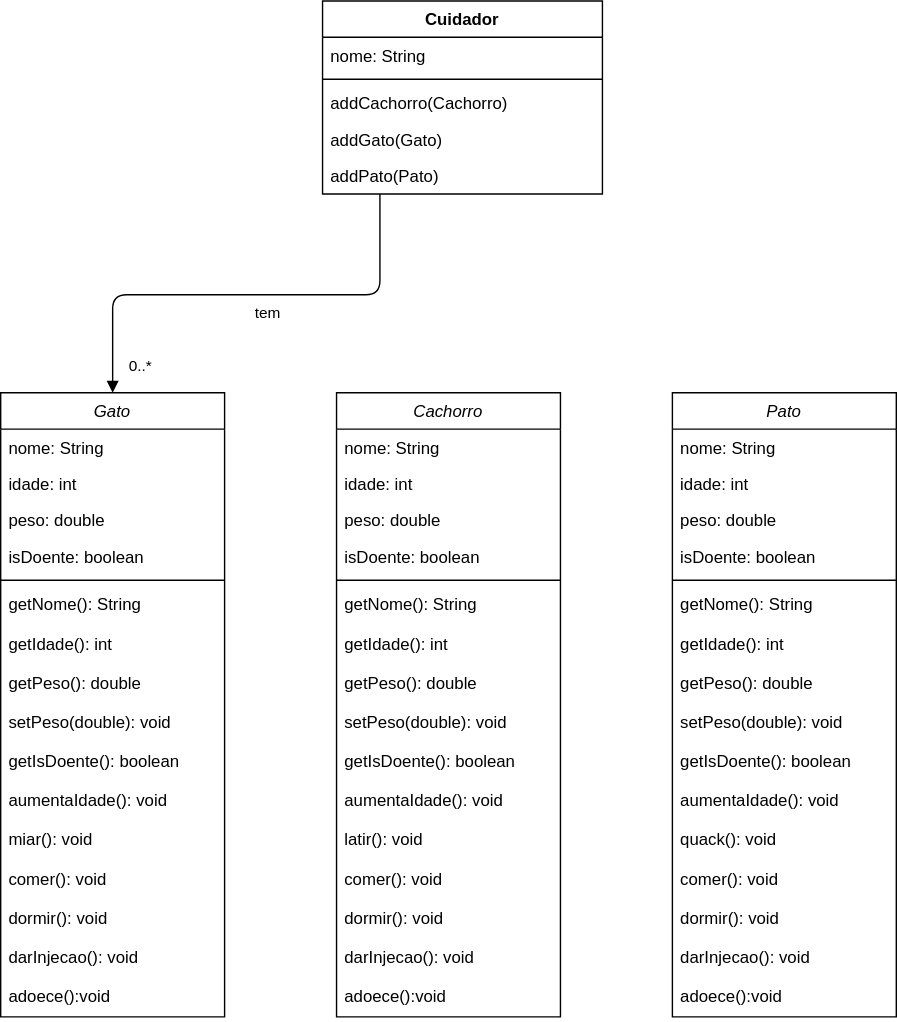
The draw.io diagram aulas/unip/20211/lpoo_files/laboratorio/02-classes_encapsulamento/veterinaria.svg in viniciusdenovaes/viniciusdenovaes.github.io, before a commit. Source tidied: cells renumbered, new cells last; positions are measured from the earlier drawing's top-left corner, leaving out a move shared by most shapes.
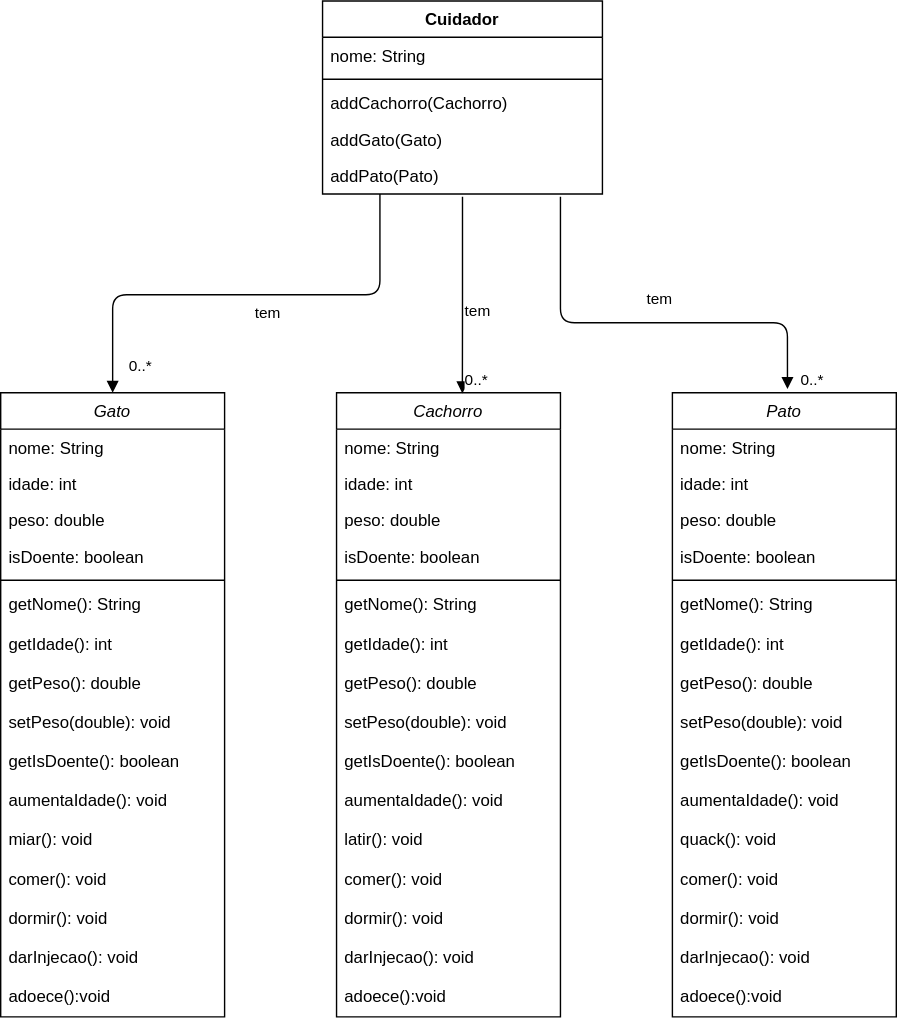
After the commit.

What changed in the source:
```diff
@@ -186,5 +186,32 @@
         <mxPoint x="-181" y="132" as="offset" />
       </mxGeometry>
     </mxCell>
+    <mxCell id="61" value="tem" style="endArrow=block;endFill=1;html=1;edgeStyle=orthogonalEdgeStyle;align=left;verticalAlign=top;entryX=0.562;entryY=0.001;entryDx=0;entryDy=0;exitX=0.5;exitY=1.077;exitDx=0;exitDy=0;exitPerimeter=0;entryPerimeter=0;" parent="1" edge="1" source="58" target="19">
+      <mxGeometry x="-0.02" relative="1" as="geometry">
+        <Array as="points">
+          <mxPoint x="330" y="220" />
+          <mxPoint x="330" y="220" />
+        </Array>
+      </mxGeometry>
+    </mxCell>
+    <mxCell id="62" value="0..*" style="edgeLabel;html=1;align=left;verticalAlign=bottom;" parent="61" vertex="1">
+      <mxGeometry x="-1" relative="1" as="geometry">
+        <mxPoint y="140" as="offset" />
+      </mxGeometry>
+    </mxCell>
+    <mxCell id="63" value="tem" style="endArrow=block;endFill=1;html=1;edgeStyle=orthogonalEdgeStyle;align=left;verticalAlign=top;entryX=0.514;entryY=-0.006;entryDx=0;entryDy=0;entryPerimeter=0;" parent="1" edge="1" target="36">
+      <mxGeometry y="30" relative="1" as="geometry">
+        <mxPoint x="400" y="140" as="sourcePoint" />
+        <Array as="points">
+          <mxPoint x="400" y="230" />
+          <mxPoint x="562" y="230" />
+        </Array>
+      </mxGeometry>
+    </mxCell>
+    <mxCell id="64" value="0..*" style="edgeLabel;html=1;align=left;verticalAlign=bottom;" parent="63" vertex="1">
+      <mxGeometry x="-1" relative="1" as="geometry">
+        <mxPoint x="170" y="140" as="offset" />
+      </mxGeometry>
+    </mxCell>
   </root>
 </mxGraphModel>
```
